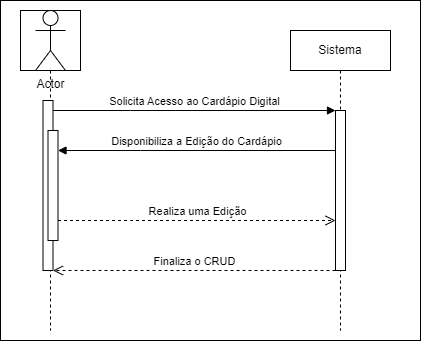
Before: documentos/diagramas/Diagrama_Sequencia_2.drawio.png, a diagram exported from draw.io (DougzCD/JCRESW1). Source tidied: cells renumbered, new cells last; positions are measured from the earlier drawing's top-left corner, leaving out a move shared by most shapes. Source of this version:
```xml
<mxGraphModel>
  <root>
    <mxCell id="0" />
    <mxCell id="1" parent="0" />
    <mxCell id="2" style="rounded=0;whiteSpace=wrap;html=1;" parent="1" vertex="1">
      <mxGeometry width="420" height="340" as="geometry" />
    </mxCell>
    <mxCell id="3" style="shape=umlLifeline;perimeter=lifelinePerimeter;whiteSpace=wrap;html=1;newEdgeStyle={&quot;edgeStyle&quot;:&quot;elbowEdgeStyle&quot;,&quot;elbow&quot;:&quot;vertical&quot;,&quot;curved&quot;:0,&quot;rounded&quot;:0};size=60;" parent="1" vertex="1">
      <mxGeometry x="20" y="10" width="60" height="320" as="geometry" />
    </mxCell>
    <mxCell id="4" style="html=1;points=[];perimeter=orthogonalPerimeter;outlineConnect=0;targetShapes=umlLifeline;portConstraint=eastwest;newEdgeStyle={&quot;edgeStyle&quot;:&quot;elbowEdgeStyle&quot;,&quot;elbow&quot;:&quot;vertical&quot;,&quot;curved&quot;:0,&quot;rounded&quot;:0};" parent="3" vertex="1">
      <mxGeometry x="22.5" y="90" width="10" height="170" as="geometry" />
    </mxCell>
    <mxCell id="5" style="html=1;points=[];perimeter=orthogonalPerimeter;outlineConnect=0;targetShapes=umlLifeline;portConstraint=eastwest;newEdgeStyle={&quot;edgeStyle&quot;:&quot;elbowEdgeStyle&quot;,&quot;elbow&quot;:&quot;vertical&quot;,&quot;curved&quot;:0,&quot;rounded&quot;:0};" parent="3" vertex="1">
      <mxGeometry x="27.5" y="120" width="10" height="110" as="geometry" />
    </mxCell>
    <mxCell id="6" value="Sistema" style="shape=umlLifeline;perimeter=lifelinePerimeter;whiteSpace=wrap;html=1;newEdgeStyle={&quot;edgeStyle&quot;:&quot;elbowEdgeStyle&quot;,&quot;elbow&quot;:&quot;vertical&quot;,&quot;curved&quot;:0,&quot;rounded&quot;:0};" parent="1" vertex="1">
      <mxGeometry x="290" y="30" width="100" height="300" as="geometry" />
    </mxCell>
    <mxCell id="7" style="html=1;points=[];perimeter=orthogonalPerimeter;outlineConnect=0;targetShapes=umlLifeline;portConstraint=eastwest;newEdgeStyle={&quot;edgeStyle&quot;:&quot;elbowEdgeStyle&quot;,&quot;elbow&quot;:&quot;vertical&quot;,&quot;curved&quot;:0,&quot;rounded&quot;:0};" parent="6" vertex="1">
      <mxGeometry x="45" y="80" width="10" height="160" as="geometry" />
    </mxCell>
    <mxCell id="8" value="Solicita Acesso ao Cardápio Digital" style="html=1;verticalAlign=bottom;endArrow=block;edgeStyle=elbowEdgeStyle;elbow=vertical;curved=0;rounded=0;" parent="1" edge="1" source="4" target="7">
      <mxGeometry relative="1" as="geometry">
        <Array as="points">
          <mxPoint x="130" y="110" />
        </Array>
      </mxGeometry>
    </mxCell>
    <mxCell id="9" value="Finaliza o CRUD" style="html=1;verticalAlign=bottom;endArrow=open;dashed=1;endSize=8;edgeStyle=elbowEdgeStyle;elbow=vertical;curved=0;rounded=0;" parent="1" edge="1" source="7" target="4">
      <mxGeometry relative="1" as="geometry">
        <Array as="points">
          <mxPoint x="140" y="270" />
        </Array>
      </mxGeometry>
    </mxCell>
    <mxCell id="10" value="Disponibiliza a Edição do Cardápio" style="html=1;verticalAlign=bottom;endArrow=block;edgeStyle=elbowEdgeStyle;elbow=vertical;curved=0;rounded=0;" parent="1" edge="1" source="7" target="5">
      <mxGeometry relative="1" as="geometry">
        <Array as="points">
          <mxPoint x="140" y="150" />
        </Array>
      </mxGeometry>
    </mxCell>
    <mxCell id="11" value="Realiza uma Edição" style="html=1;verticalAlign=bottom;endArrow=open;dashed=1;endSize=8;edgeStyle=elbowEdgeStyle;elbow=vertical;curved=0;rounded=0;" parent="1" edge="1" source="5" target="7">
      <mxGeometry relative="1" as="geometry">
        <Array as="points">
          <mxPoint x="130" y="220" />
        </Array>
      </mxGeometry>
    </mxCell>
    <mxCell id="12" value="Actor" style="shape=umlActor;verticalLabelPosition=bottom;verticalAlign=top;html=1;" parent="1" vertex="1">
      <mxGeometry x="35" y="10" width="30" height="60" as="geometry" />
    </mxCell>
  </root>
</mxGraphModel>
```
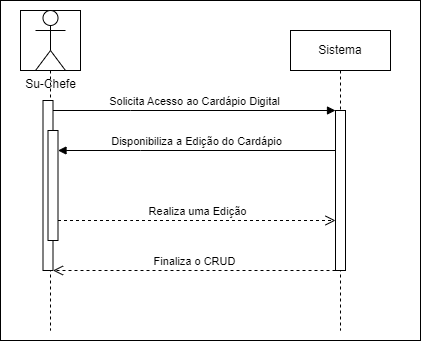
Later version of the same file.

Change to the diagram source:
```diff
@@ -48,7 +48,7 @@
         </Array>
       </mxGeometry>
     </mxCell>
-    <mxCell id="12" value="Actor" style="shape=umlActor;verticalLabelPosition=bottom;verticalAlign=top;html=1;" parent="1" vertex="1">
+    <mxCell id="12" value="Su-Chefe" style="shape=umlActor;verticalLabelPosition=bottom;verticalAlign=top;html=1;" parent="1" vertex="1">
       <mxGeometry x="35" y="10" width="30" height="60" as="geometry" />
     </mxCell>
   </root>
```
